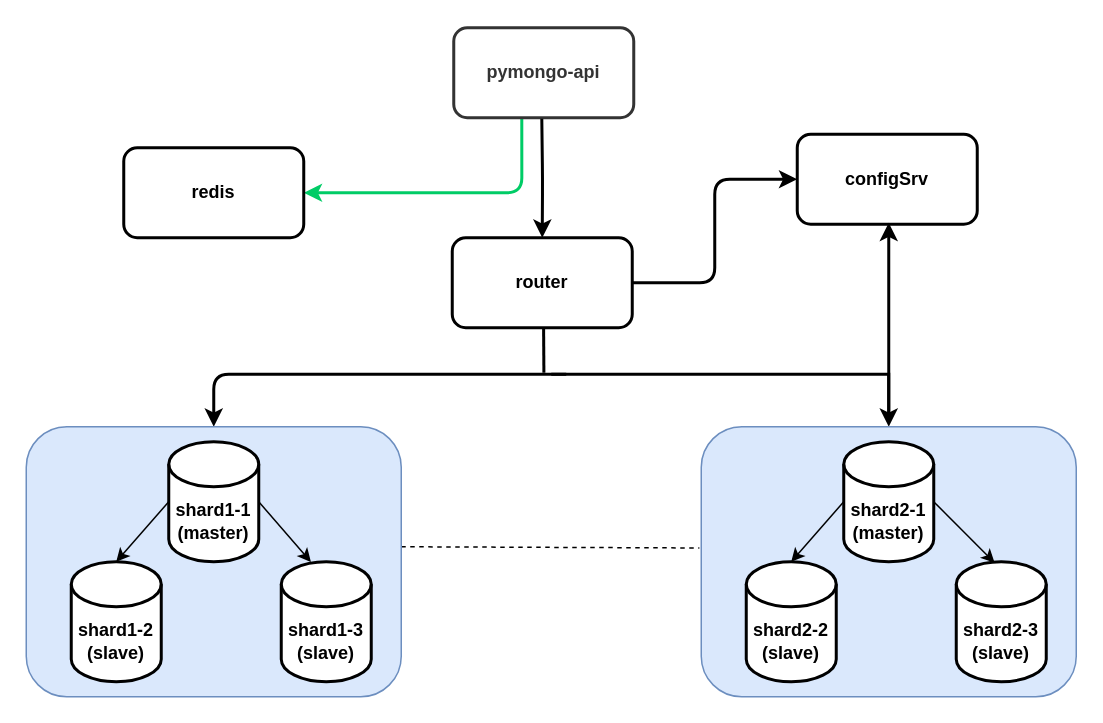
Maks-ks/architecture-sprint-2 keeps this draw.io diagram as scheme-3/scheme-3.drawio. Above is the earlier version. Source tidied: cells renumbered, new cells numbered last; positions are measured from the earlier drawing's top-left corner, leaving out a move shared by most shapes. Both pictures are drawn from the tidied source at 150%, with x=0, y=0 at pixel (26, 27).
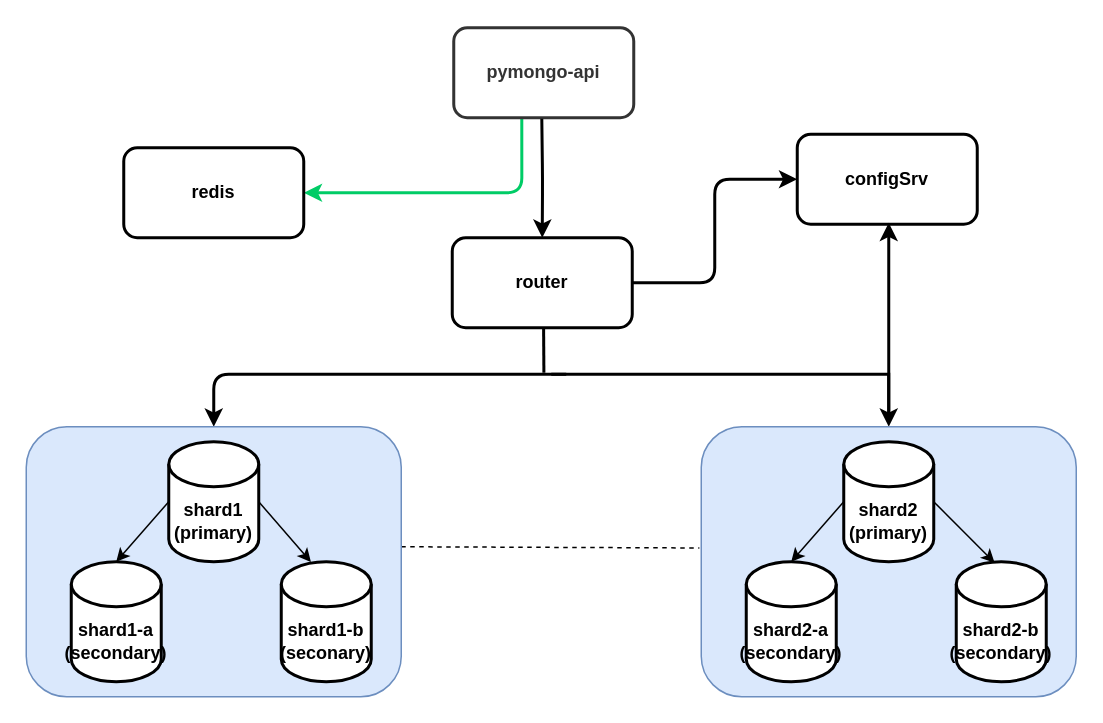
Above is the later version.

The edit, as a diff of the source:
```diff
@@
-    <mxCell id="6" style="edgeStyle=orthogonalEdgeStyle;rounded=1;jettySize=auto;html=1;curved=0;strokeWidth=2;startArrow=none;startFill=0;entryX=0.5;entryY=0;entryDx=0;entryDy=0;" parent="1" edge="1" target="11">
+    <mxCell id="6" style="edgeStyle=orthogonalEdgeStyle;rounded=1;orthogonalLoop=1;jettySize=auto;html=1;curved=0;strokeWidth=2;startArrow=none;startFill=0;entryX=0.5;entryY=0;entryDx=0;entryDy=0;" parent="1" edge="1">
       <mxGeometry relative="1" as="geometry">
         <mxPoint x="360" y="231" as="sourcePoint" />
+        <mxPoint x="125" y="266" as="targetPoint" />
         <Array as="points">
           <mxPoint x="350" y="231" />
           <mxPoint x="125" y="231" />
         </Array>
       </mxGeometry>
     </mxCell>
@@
-    <mxCell id="9" style="edgeStyle=orthogonalEdgeStyle;rounded=0;jettySize=auto;html=1;entryX=0.5;entryY=0;entryDx=0;entryDy=0;curved=0;strokeWidth=2;startArrow=none;startFill=0;" parent="1" edge="1" target="15">
+    <mxCell id="9" style="edgeStyle=orthogonalEdgeStyle;rounded=0;orthogonalLoop=1;jettySize=auto;html=1;entryX=0.5;entryY=0;entryDx=0;entryDy=0;curved=0;strokeWidth=2;startArrow=none;startFill=0;" parent="1" edge="1">
       <mxGeometry relative="1" as="geometry">
         <mxPoint x="350" y="231" as="sourcePoint" />
+        <mxPoint x="575" y="266" as="targetPoint" />
         <Array as="points">
           <mxPoint x="350" y="231" />
           <mxPoint x="575" y="231" />
         </Array>
       </mxGeometry>
     </mxCell>
-    <mxCell id="10" style="endArrow=none;dashed=1;html=1;rounded=0;entryX=-0.005;entryY=0.449;entryDx=0;entryDy=0;entryPerimeter=0;" parent="1" edge="1" target="15">
-      <mxGeometry relative="1" as="geometry">
-        <mxPoint x="250" y="346" as="sourcePoint" />
-      </mxGeometry>
-    </mxCell>
-    <mxCell id="11" style="rounded=1;whiteSpace=wrap;html=1;fillColor=#dae8fc;strokeColor=#6c8ebf;" parent="1" vertex="1">
-      <mxGeometry y="266" width="250" height="180" as="geometry" />
-    </mxCell>
-    <mxCell id="12" value="&lt;b&gt;shard1-1&lt;/b&gt;&lt;div&gt;&lt;b&gt;(master)&lt;/b&gt;&lt;/div&gt;" style="shape=cylinder3;whiteSpace=wrap;html=1;boundedLbl=1;backgroundOutline=1;size=15;strokeWidth=2;" parent="1" vertex="1">
-      <mxGeometry x="95" y="276" width="60" height="80" as="geometry" />
-    </mxCell>
-    <mxCell id="13" value="&lt;b&gt;shard1-3&lt;/b&gt;&lt;div&gt;&lt;b&gt;(slave)&lt;/b&gt;&lt;/div&gt;" style="shape=cylinder3;whiteSpace=wrap;html=1;boundedLbl=1;backgroundOutline=1;size=15;strokeWidth=2;" parent="1" vertex="1">
-      <mxGeometry x="170" y="356" width="60" height="80" as="geometry" />
-    </mxCell>
-    <mxCell id="14" value="&lt;b&gt;shard1-2&lt;/b&gt;&lt;div&gt;&lt;b&gt;(slave)&lt;/b&gt;&lt;/div&gt;" style="shape=cylinder3;whiteSpace=wrap;html=1;boundedLbl=1;backgroundOutline=1;size=15;strokeWidth=2;" parent="1" vertex="1">
-      <mxGeometry x="30" y="356" width="60" height="80" as="geometry" />
-    </mxCell>
-    <mxCell id="15" style="rounded=1;whiteSpace=wrap;html=1;fillColor=#dae8fc;strokeColor=#6c8ebf;" parent="1" vertex="1">
-      <mxGeometry x="450" y="266" width="250" height="180" as="geometry" />
-    </mxCell>
-    <mxCell id="16" value="&lt;b&gt;shard2-1&lt;/b&gt;&lt;div&gt;&lt;b&gt;(master)&lt;/b&gt;&lt;/div&gt;" style="shape=cylinder3;whiteSpace=wrap;html=1;boundedLbl=1;backgroundOutline=1;size=15;strokeWidth=2;" parent="1" vertex="1">
-      <mxGeometry x="545" y="276" width="60" height="80" as="geometry" />
-    </mxCell>
-    <mxCell id="17" value="&lt;b&gt;shard2-3&lt;/b&gt;&lt;div&gt;&lt;b&gt;(slave)&lt;/b&gt;&lt;/div&gt;" style="shape=cylinder3;whiteSpace=wrap;html=1;boundedLbl=1;backgroundOutline=1;size=15;strokeWidth=2;" parent="1" vertex="1">
-      <mxGeometry x="620" y="356" width="60" height="80" as="geometry" />
-    </mxCell>
-    <mxCell id="18" value="&lt;b&gt;shard2-2&lt;/b&gt;&lt;div&gt;&lt;b&gt;(slave)&lt;/b&gt;&lt;/div&gt;" style="shape=cylinder3;whiteSpace=wrap;html=1;boundedLbl=1;backgroundOutline=1;size=15;strokeWidth=2;" parent="1" vertex="1">
-      <mxGeometry x="480" y="356" width="60" height="80" as="geometry" />
-    </mxCell>
-    <mxCell id="19" style="rounded=0;jettySize=auto;html=1;exitX=0;exitY=0.5;exitDx=0;exitDy=0;exitPerimeter=0;entryX=0.5;entryY=0;entryDx=0;entryDy=0;entryPerimeter=0;" parent="1" edge="1" source="12" target="14">
-      <mxGeometry relative="1" as="geometry" />
-    </mxCell>
-    <mxCell id="20" style="rounded=0;jettySize=auto;html=1;exitX=1;exitY=0.5;exitDx=0;exitDy=0;exitPerimeter=0;entryX=0.33;entryY=0.002;entryDx=0;entryDy=0;entryPerimeter=0;" parent="1" edge="1" source="12" target="13">
-      <mxGeometry relative="1" as="geometry" />
-    </mxCell>
@@
-    <mxCell id="22" style="rounded=0;jettySize=auto;html=1;exitX=0;exitY=0.5;exitDx=0;exitDy=0;exitPerimeter=0;entryX=0.5;entryY=0;entryDx=0;entryDy=0;entryPerimeter=0;" parent="1" edge="1" source="16" target="18">
-      <mxGeometry relative="1" as="geometry" />
-    </mxCell>
-    <mxCell id="23" style="rounded=0;jettySize=auto;html=1;exitX=1;exitY=0.5;exitDx=0;exitDy=0;exitPerimeter=0;entryX=0.426;entryY=0.008;entryDx=0;entryDy=0;entryPerimeter=0;" parent="1" edge="1" source="16" target="17">
-      <mxGeometry relative="1" as="geometry" />
-    </mxCell>
@@
+    <mxCell id="26" style="endArrow=none;dashed=1;html=1;rounded=0;entryX=-0.005;entryY=0.449;entryDx=0;entryDy=0;entryPerimeter=0;" parent="1" edge="1" target="15">
+      <mxGeometry relative="1" as="geometry">
+        <mxPoint x="250" y="346" as="sourcePoint" />
+      </mxGeometry>
+    </mxCell>
+    <mxCell id="11" style="rounded=1;whiteSpace=wrap;html=1;fillColor=#dae8fc;strokeColor=#6c8ebf;" parent="1" vertex="1">
+      <mxGeometry y="266" width="250" height="180" as="geometry" />
+    </mxCell>
+    <mxCell id="27" value="&lt;b&gt;shard1&lt;/b&gt;&lt;div&gt;&lt;b&gt;(primary)&lt;/b&gt;&lt;/div&gt;" style="shape=cylinder3;whiteSpace=wrap;html=1;boundedLbl=1;backgroundOutline=1;size=15;strokeWidth=2;" parent="1" vertex="1">
+      <mxGeometry x="95" y="276" width="60" height="80" as="geometry" />
+    </mxCell>
+    <mxCell id="28" value="&lt;b&gt;shard1-b&lt;/b&gt;&lt;div&gt;&lt;b&gt;(seconary)&lt;/b&gt;&lt;/div&gt;" style="shape=cylinder3;whiteSpace=wrap;html=1;boundedLbl=1;backgroundOutline=1;size=15;strokeWidth=2;" parent="1" vertex="1">
+      <mxGeometry x="170" y="356" width="60" height="80" as="geometry" />
+    </mxCell>
+    <mxCell id="29" value="&lt;b&gt;shard1-a&lt;/b&gt;&lt;div&gt;&lt;b&gt;(secondary)&lt;/b&gt;&lt;/div&gt;" style="shape=cylinder3;whiteSpace=wrap;html=1;boundedLbl=1;backgroundOutline=1;size=15;strokeWidth=2;" parent="1" vertex="1">
+      <mxGeometry x="30" y="356" width="60" height="80" as="geometry" />
+    </mxCell>
+    <mxCell id="15" style="rounded=1;whiteSpace=wrap;html=1;fillColor=#dae8fc;strokeColor=#6c8ebf;" parent="1" vertex="1">
+      <mxGeometry x="450" y="266" width="250" height="180" as="geometry" />
+    </mxCell>
+    <mxCell id="30" value="&lt;b&gt;shard2&lt;/b&gt;&lt;div&gt;&lt;b&gt;(primary)&lt;/b&gt;&lt;/div&gt;" style="shape=cylinder3;whiteSpace=wrap;html=1;boundedLbl=1;backgroundOutline=1;size=15;strokeWidth=2;" parent="1" vertex="1">
+      <mxGeometry x="545" y="276" width="60" height="80" as="geometry" />
+    </mxCell>
+    <mxCell id="31" value="&lt;b&gt;shard2-b&lt;/b&gt;&lt;div&gt;&lt;b&gt;(secondary)&lt;/b&gt;&lt;/div&gt;" style="shape=cylinder3;whiteSpace=wrap;html=1;boundedLbl=1;backgroundOutline=1;size=15;strokeWidth=2;" parent="1" vertex="1">
+      <mxGeometry x="620" y="356" width="60" height="80" as="geometry" />
+    </mxCell>
+    <mxCell id="32" value="&lt;b&gt;shard2-a&lt;/b&gt;&lt;div&gt;&lt;b&gt;(secondary)&lt;/b&gt;&lt;/div&gt;" style="shape=cylinder3;whiteSpace=wrap;html=1;boundedLbl=1;backgroundOutline=1;size=15;strokeWidth=2;" parent="1" vertex="1">
+      <mxGeometry x="480" y="356" width="60" height="80" as="geometry" />
+    </mxCell>
+    <mxCell id="33" style="rounded=0;jettySize=auto;html=1;exitX=0;exitY=0.5;exitDx=0;exitDy=0;exitPerimeter=0;entryX=0.5;entryY=0;entryDx=0;entryDy=0;entryPerimeter=0;" parent="1" edge="1" source="27" target="29">
+      <mxGeometry relative="1" as="geometry" />
+    </mxCell>
+    <mxCell id="34" style="rounded=0;jettySize=auto;html=1;exitX=1;exitY=0.5;exitDx=0;exitDy=0;exitPerimeter=0;entryX=0.33;entryY=0.002;entryDx=0;entryDy=0;entryPerimeter=0;" parent="1" edge="1" source="27" target="28">
+      <mxGeometry relative="1" as="geometry" />
+    </mxCell>
+    <mxCell id="35" style="rounded=0;jettySize=auto;html=1;exitX=0;exitY=0.5;exitDx=0;exitDy=0;exitPerimeter=0;entryX=0.5;entryY=0;entryDx=0;entryDy=0;entryPerimeter=0;" parent="1" edge="1" source="30" target="32">
+      <mxGeometry relative="1" as="geometry" />
+    </mxCell>
+    <mxCell id="36" style="rounded=0;jettySize=auto;html=1;exitX=1;exitY=0.5;exitDx=0;exitDy=0;exitPerimeter=0;entryX=0.426;entryY=0.008;entryDx=0;entryDy=0;entryPerimeter=0;" parent="1" edge="1" source="30" target="31">
+      <mxGeometry relative="1" as="geometry" />
+    </mxCell>
```
